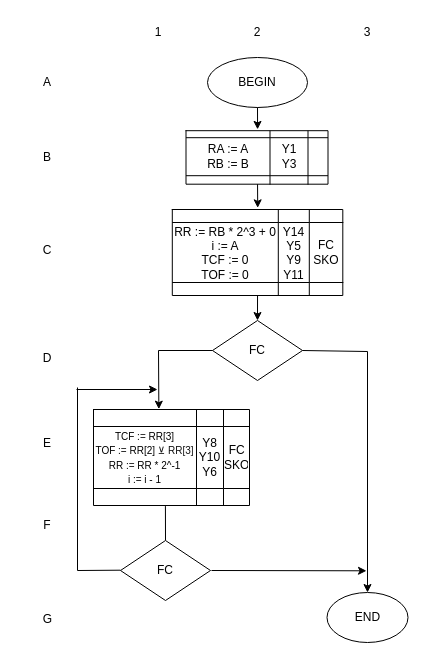
Above: sdvig_2_M_modified.drawio in TimurQQ/Workshop (draw.io), before the change. Source tidied: cells renumbered, new cells numbered last; positions are measured from the earlier drawing's top-left corner, leaving out a move shared by most shapes. Both pictures are drawn from the tidied source at 100%, with x=0, y=0 at pixel (17, 17).
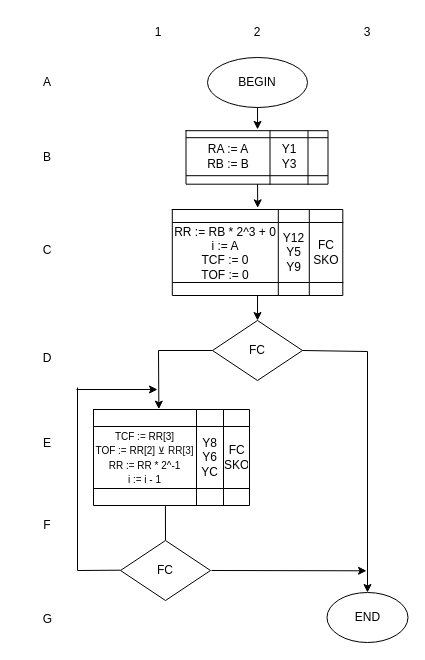
The same diagram, later.

The change refers to these unchanged cells:
```xml
<mxCell id="42" style="shape=tableRow;horizontal=0;startSize=0;swimlaneHead=0;swimlaneBody=0;top=0;left=0;bottom=0;right=0;fillColor=none;" parent="37" vertex="1">
  <mxGeometry y="13" width="170.5" height="60" as="geometry" />
</mxCell>
<mxCell id="55" style="shape=tableRow;horizontal=0;startSize=0;swimlaneHead=0;swimlaneBody=0;top=0;left=0;bottom=0;right=0;fillColor=none;" parent="50" vertex="1">
  <mxGeometry y="17" width="156" height="62" as="geometry" />
</mxCell>
```

Change to the diagram source:
```diff
@@
-    <mxCell id="44" value="Y14&lt;br&gt;Y5&lt;br&gt;Y9&lt;br&gt;Y11" style="shape=partialRectangle;html=1;whiteSpace=wrap;fillColor=none;top=0;left=0;bottom=0;right=0;overflow=hidden;" parent="42" vertex="1">
+    <mxCell id="44" value="Y12&lt;br&gt;Y5&lt;br&gt;Y9" style="shape=partialRectangle;html=1;whiteSpace=wrap;fillColor=none;top=0;left=0;bottom=0;right=0;overflow=hidden;" parent="42" vertex="1">
       <mxGeometry x="106" width="31" height="60" as="geometry" />
     </mxCell>
@@
-    <mxCell id="57" value="Y8&lt;br&gt;Y10&lt;br&gt;Y6" style="shape=partialRectangle;html=1;whiteSpace=wrap;fillColor=none;top=0;left=0;bottom=0;right=0;overflow=hidden;" parent="55" vertex="1">
+    <mxCell id="57" value="Y8&lt;br&gt;Y6&lt;br&gt;YC" style="shape=partialRectangle;html=1;whiteSpace=wrap;fillColor=none;top=0;left=0;bottom=0;right=0;overflow=hidden;" parent="55" vertex="1">
       <mxGeometry x="103" width="27" height="62" as="geometry" />
     </mxCell>
```
